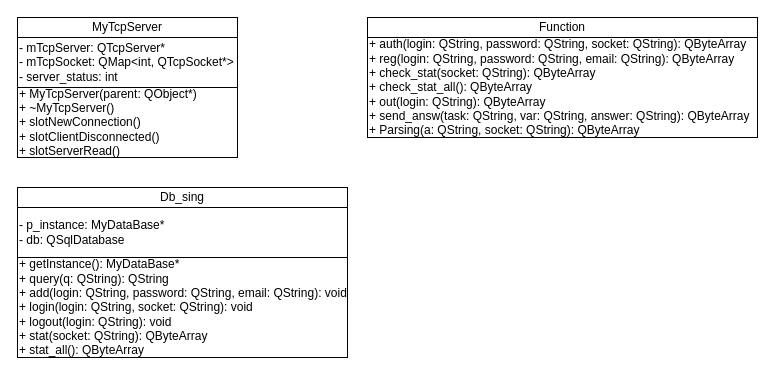
Before: UML.drawio in qw1nsx/tp, a draw.io diagram. Source tidied: cells renumbered, new cells numbered last; positions are measured from the earlier drawing's top-left corner, leaving out a move shared by most shapes. Both pictures are drawn from the tidied source at 100%, with x=0, y=0 at pixel (17, 17).
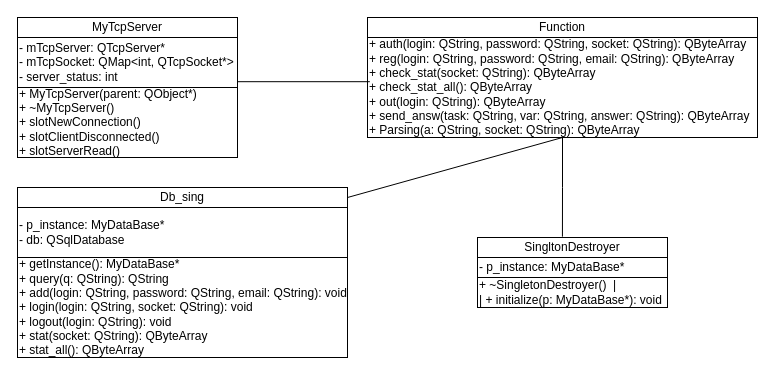
The same page after the edit.

What changed in the source:
```diff
@@
 <mxGraphModel>
   <root>
     <mxCell id="0" />
     <mxCell id="1" parent="0" />
     <mxCell id="2" value="MyTcpServer" style="html=1;whiteSpace=wrap;" parent="1" vertex="1">
       <mxGeometry width="220" height="20" as="geometry" />
     </mxCell>
     <mxCell id="3" value="- mTcpServer: QTcpServer*&amp;nbsp;&lt;div&gt;- mTcpSocket: QMap&amp;lt;int, QTcpSocket*&amp;gt;&lt;div&gt;&lt;span style=&quot;background-color: initial;&quot;&gt;- server_status: int&lt;/span&gt;&lt;/div&gt;&lt;/div&gt;" style="html=1;whiteSpace=wrap;align=left;" parent="1" vertex="1">
       <mxGeometry y="20" width="220" height="50" as="geometry" />
     </mxCell>
     <mxCell id="4" value="+ MyTcpServer(parent: QObject*)&lt;div&gt;+ ~MyTcpServer()&lt;div&gt;+ slotNewConnection()&lt;div&gt;+ slotClientDisconnected()&lt;div&gt;+ slotServerRead()&lt;/div&gt;&lt;/div&gt;&lt;/div&gt;&lt;/div&gt;" style="html=1;whiteSpace=wrap;align=left;" parent="1" vertex="1">
       <mxGeometry y="70" width="220" height="70" as="geometry" />
     </mxCell>
     <mxCell id="5" value="Function" style="html=1;whiteSpace=wrap;" parent="1" vertex="1">
       <mxGeometry x="350" width="390" height="20" as="geometry" />
     </mxCell>
     <mxCell id="6" value="+ auth(login: QString, password: QString, socket: QString): QByteArray&lt;div&gt;+ reg(login: QString, password: QString, email: QString): QByteArray&lt;/div&gt;&lt;div&gt;+ check_stat(socket: QString): QByteArray&lt;/div&gt;&lt;div&gt;+ check_stat_all(): QByteArray&lt;/div&gt;&lt;div&gt;+ out(login: QString): QByteArray&lt;/div&gt;&lt;div&gt;+ send_answ(task: QString, var: QString, answer: QString): QByteArray&lt;/div&gt;&lt;div&gt;+ Parsing(a: QString, socket: QString): QByteArray&lt;/div&gt;" style="html=1;whiteSpace=wrap;align=left;" parent="1" vertex="1">
       <mxGeometry x="350" y="20" width="390" height="100" as="geometry" />
     </mxCell>
     <mxCell id="7" value="Db_sing" style="html=1;whiteSpace=wrap;" parent="1" vertex="1">
       <mxGeometry y="170" width="330" height="20" as="geometry" />
     </mxCell>
     <mxCell id="8" value="- p_instance: MyDataBase*&lt;div&gt;- db: QSqlDatabase&lt;/div&gt;" style="html=1;whiteSpace=wrap;align=left;" parent="1" vertex="1">
       <mxGeometry y="190" width="330" height="50" as="geometry" />
     </mxCell>
     <mxCell id="9" value="+ getInstance(): MyDataBase*&lt;div&gt;+ query(q: QString): QString&lt;/div&gt;&lt;div&gt;+ add(login: QString, password: QString, email: QString): void&lt;/div&gt;&lt;div&gt;+ login(login: QString, socket: QString): void&lt;/div&gt;&lt;div&gt;+ logout(login: QString): void&lt;/div&gt;&lt;div&gt;+ stat(socket: QString): QByteArray&lt;/div&gt;&lt;div&gt;+ stat_all(): QByteArray&lt;/div&gt;" style="html=1;whiteSpace=wrap;align=left;" parent="1" vertex="1">
       <mxGeometry y="240" width="330" height="100" as="geometry" />
     </mxCell>
+    <mxCell id="10" value="SingltonDestroyer" style="html=1;whiteSpace=wrap;" parent="1" vertex="1">
+      <mxGeometry x="460" y="220" width="190" height="20" as="geometry" />
+    </mxCell>
+    <mxCell id="11" value="- p_instance: MyDataBase*" style="html=1;whiteSpace=wrap;align=left;" parent="1" vertex="1">
+      <mxGeometry x="460" y="240" width="190" height="20" as="geometry" />
+    </mxCell>
+    <mxCell id="12" value="&lt;div&gt;+ ~SingletonDestroyer()&amp;nbsp; |&lt;/div&gt;&lt;div&gt;| + initialize(p: MyDataBase*): void&lt;/div&gt;" style="html=1;whiteSpace=wrap;align=left;" parent="1" vertex="1">
+      <mxGeometry x="460" y="260" width="190" height="30" as="geometry" />
+    </mxCell>
+    <mxCell id="13" style="edgeStyle=orthogonalEdgeStyle;rounded=0;jettySize=auto;html=1;entryX=0.006;entryY=0.442;entryDx=0;entryDy=0;entryPerimeter=0;endArrow=none;endFill=0;exitX=1;exitY=0;exitDx=0;exitDy=0;" parent="1" edge="1" source="4" target="6">
+      <mxGeometry relative="1" as="geometry">
+        <Array as="points">
+          <mxPoint x="220" y="64" />
+        </Array>
+      </mxGeometry>
+    </mxCell>
+    <mxCell id="14" style="rounded=0;jettySize=auto;html=1;entryX=1;entryY=0.5;entryDx=0;entryDy=0;endArrow=none;endFill=0;" parent="1" edge="1" target="7">
+      <mxGeometry relative="1" as="geometry">
+        <mxPoint x="545" y="120" as="sourcePoint" />
+      </mxGeometry>
+    </mxCell>
+    <mxCell id="15" style="edgeStyle=orthogonalEdgeStyle;rounded=0;jettySize=auto;html=1;exitX=0.5;exitY=1;exitDx=0;exitDy=0;entryX=0.447;entryY=-0.042;entryDx=0;entryDy=0;entryPerimeter=0;endArrow=none;endFill=0;" parent="1" edge="1" source="6" target="10">
+      <mxGeometry relative="1" as="geometry" />
+    </mxCell>
   </root>
 </mxGraphModel>
```
